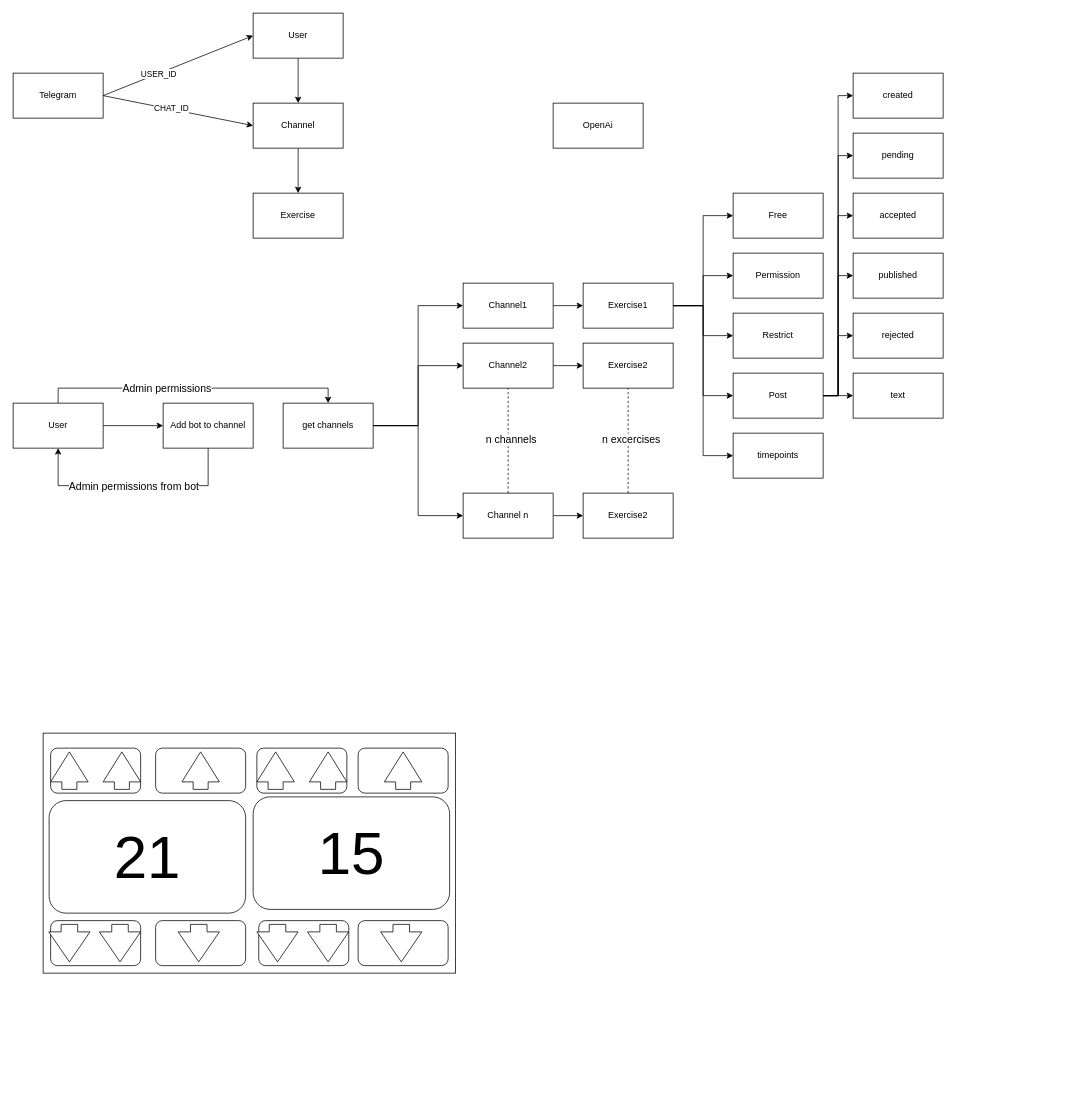
Above: page "app_scheme" (4 of 4) of ChatGPT typing.drawio in KmvRoman/Diagrams (draw.io), before the change. Source tidied: cells renumbered, new cells numbered last; positions are measured from the earlier drawing's top-left corner, leaving out a move shared by most shapes. Both pictures are drawn from the tidied source at 75%, with x=0, y=0 at pixel (13, 13).
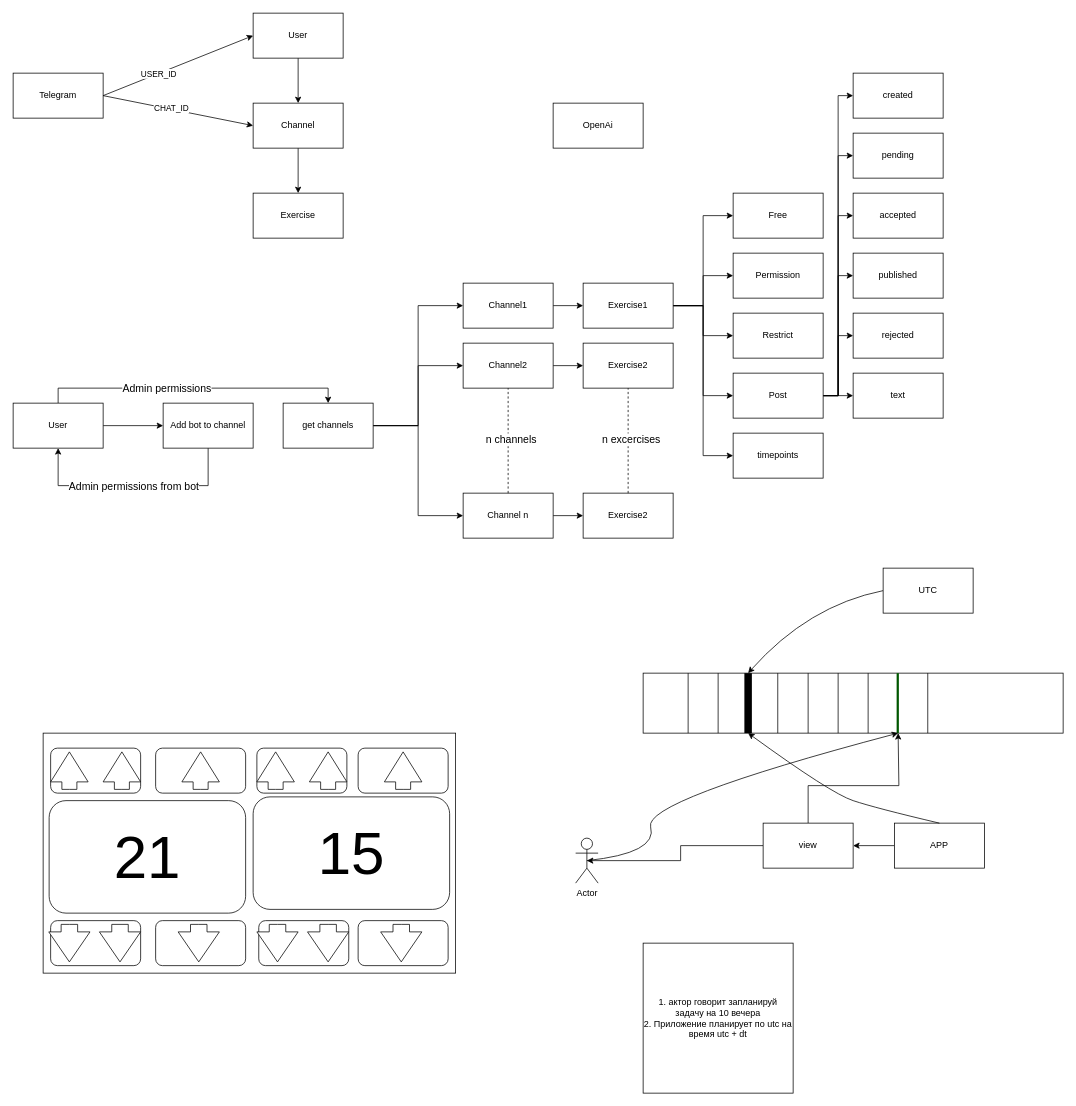
Above is the later version.

Change to the diagram source:
```diff
@@
+    <mxCell id="82" style="rounded=0;whiteSpace=wrap;html=1;" parent="1" vertex="1">
+      <mxGeometry x="840" y="880" width="560" height="80" as="geometry" />
+    </mxCell>
+    <mxCell id="83" style="endArrow=none;html=1;rounded=0;entryX=0.25;entryY=0;entryDx=0;entryDy=0;exitX=0.25;exitY=1;exitDx=0;exitDy=0;strokeWidth=10;" parent="1" edge="1" source="82" target="82">
+      <mxGeometry relative="1" as="geometry" />
+    </mxCell>
+    <mxCell id="84" style="endArrow=none;html=1;rounded=0;entryX=0.25;entryY=0;entryDx=0;entryDy=0;exitX=0.25;exitY=1;exitDx=0;exitDy=0;" parent="1" edge="1">
+      <mxGeometry relative="1" as="geometry">
+        <mxPoint x="1019.5" y="960" as="sourcePoint" />
+        <mxPoint x="1019.5" y="880" as="targetPoint" />
+      </mxGeometry>
+    </mxCell>
+    <mxCell id="85" style="endArrow=none;html=1;rounded=0;entryX=0.25;entryY=0;entryDx=0;entryDy=0;exitX=0.25;exitY=1;exitDx=0;exitDy=0;" parent="1" edge="1">
+      <mxGeometry relative="1" as="geometry">
+        <mxPoint x="1060" y="960" as="sourcePoint" />
+        <mxPoint x="1060" y="880" as="targetPoint" />
+      </mxGeometry>
+    </mxCell>
+    <mxCell id="86" style="endArrow=none;html=1;rounded=0;entryX=0.25;entryY=0;entryDx=0;entryDy=0;exitX=0.25;exitY=1;exitDx=0;exitDy=0;" parent="1" edge="1">
+      <mxGeometry relative="1" as="geometry">
+        <mxPoint x="1100" y="960" as="sourcePoint" />
+        <mxPoint x="1100" y="880" as="targetPoint" />
+      </mxGeometry>
+    </mxCell>
+    <mxCell id="87" style="endArrow=none;html=1;rounded=0;entryX=0.25;entryY=0;entryDx=0;entryDy=0;exitX=0.25;exitY=1;exitDx=0;exitDy=0;" parent="1" edge="1">
+      <mxGeometry relative="1" as="geometry">
+        <mxPoint x="1140" y="960" as="sourcePoint" />
+        <mxPoint x="1140" y="880" as="targetPoint" />
+      </mxGeometry>
+    </mxCell>
+    <mxCell id="88" style="endArrow=none;html=1;rounded=0;entryX=0.25;entryY=0;entryDx=0;entryDy=0;exitX=0.25;exitY=1;exitDx=0;exitDy=0;strokeWidth=3;fillColor=#008a00;strokeColor=#005700;" parent="1" edge="1">
+      <mxGeometry relative="1" as="geometry">
+        <mxPoint x="1179.5" y="960" as="sourcePoint" />
+        <mxPoint x="1179.5" y="880" as="targetPoint" />
+      </mxGeometry>
+    </mxCell>
+    <mxCell id="89" style="endArrow=none;html=1;rounded=0;entryX=0.25;entryY=0;entryDx=0;entryDy=0;exitX=0.25;exitY=1;exitDx=0;exitDy=0;" parent="1" edge="1">
+      <mxGeometry relative="1" as="geometry">
+        <mxPoint x="940" y="960" as="sourcePoint" />
+        <mxPoint x="940" y="880" as="targetPoint" />
+      </mxGeometry>
+    </mxCell>
+    <mxCell id="90" style="endArrow=none;html=1;rounded=0;entryX=0.25;entryY=0;entryDx=0;entryDy=0;exitX=0.25;exitY=1;exitDx=0;exitDy=0;" parent="1" edge="1">
+      <mxGeometry relative="1" as="geometry">
+        <mxPoint x="900" y="960" as="sourcePoint" />
+        <mxPoint x="900" y="880" as="targetPoint" />
+      </mxGeometry>
+    </mxCell>
+    <mxCell id="91" style="curved=1;endArrow=classic;html=1;rounded=0;entryX=0.25;entryY=0;entryDx=0;entryDy=0;exitX=0;exitY=0.5;exitDx=0;exitDy=0;" parent="1" edge="1" source="92" target="82">
+      <mxGeometry relative="1" as="geometry">
+        <Array as="points">
+          <mxPoint x="1060" y="790" />
+        </Array>
+      </mxGeometry>
+    </mxCell>
+    <mxCell id="92" value="UTC" style="rounded=0;whiteSpace=wrap;html=1;" parent="1" vertex="1">
+      <mxGeometry x="1160" y="740" width="120" height="60" as="geometry" />
+    </mxCell>
+    <mxCell id="93" style="endArrow=none;html=1;rounded=0;entryX=0.25;entryY=0;entryDx=0;entryDy=0;exitX=0.25;exitY=1;exitDx=0;exitDy=0;" parent="1" edge="1">
+      <mxGeometry relative="1" as="geometry">
+        <mxPoint x="1219.5" y="960" as="sourcePoint" />
+        <mxPoint x="1219.5" y="880" as="targetPoint" />
+      </mxGeometry>
+    </mxCell>
+    <mxCell id="94" value="Actor" style="shape=umlActor;verticalLabelPosition=bottom;verticalAlign=top;html=1;outlineConnect=0;" parent="1" vertex="1">
+      <mxGeometry x="750" y="1100" width="30" height="60" as="geometry" />
+    </mxCell>
+    <mxCell id="95" style="curved=1;endArrow=classic;html=1;rounded=0;exitX=0.5;exitY=0.5;exitDx=0;exitDy=0;exitPerimeter=0;" parent="1" edge="1" source="94">
+      <mxGeometry relative="1" as="geometry">
+        <mxPoint x="1180" y="960" as="targetPoint" />
+        <Array as="points">
+          <mxPoint x="860" y="1120" />
+          <mxPoint x="840" y="1050" />
+        </Array>
+      </mxGeometry>
+    </mxCell>
+    <mxCell id="96" style="edgeStyle=orthogonalEdgeStyle;rounded=0;jettySize=auto;html=1;entryX=1;entryY=0.5;entryDx=0;entryDy=0;" parent="1" edge="1" source="97" target="101">
+      <mxGeometry relative="1" as="geometry" />
+    </mxCell>
+    <mxCell id="97" value="APP" style="rounded=0;whiteSpace=wrap;html=1;" parent="1" vertex="1">
+      <mxGeometry x="1175" y="1080" width="120" height="60" as="geometry" />
+    </mxCell>
+    <mxCell id="98" style="curved=1;endArrow=classic;html=1;rounded=0;exitX=0.5;exitY=0;exitDx=0;exitDy=0;entryX=0.25;entryY=1;entryDx=0;entryDy=0;" parent="1" edge="1" source="97" target="82">
+      <mxGeometry relative="1" as="geometry">
+        <Array as="points">
+          <mxPoint x="1150" y="1060" />
+          <mxPoint x="1090" y="1040" />
+        </Array>
+      </mxGeometry>
+    </mxCell>
+    <mxCell id="99" style="edgeStyle=orthogonalEdgeStyle;rounded=0;jettySize=auto;html=1;entryX=0.5;entryY=0.5;entryDx=0;entryDy=0;entryPerimeter=0;" parent="1" edge="1" source="101" target="94">
+      <mxGeometry relative="1" as="geometry" />
+    </mxCell>
+    <mxCell id="100" style="edgeStyle=orthogonalEdgeStyle;rounded=0;jettySize=auto;html=1;" parent="1" edge="1" source="101">
+      <mxGeometry relative="1" as="geometry">
+        <mxPoint x="1180" y="960" as="targetPoint" />
+        <Array as="points">
+          <mxPoint x="1060" y="1030" />
+          <mxPoint x="1181" y="1030" />
+        </Array>
+      </mxGeometry>
+    </mxCell>
+    <mxCell id="101" value="view" style="rounded=0;whiteSpace=wrap;html=1;" parent="1" vertex="1">
+      <mxGeometry x="1000" y="1080" width="120" height="60" as="geometry" />
+    </mxCell>
+    <mxCell id="102" value="1. актор говорит запланируй задачу на 10 вечера&lt;br&gt;2. Приложение планирует по utc на время utc + dt" style="rounded=0;whiteSpace=wrap;html=1;" parent="1" vertex="1">
+      <mxGeometry x="840" y="1240" width="200" height="200" as="geometry" />
+    </mxCell>
```
